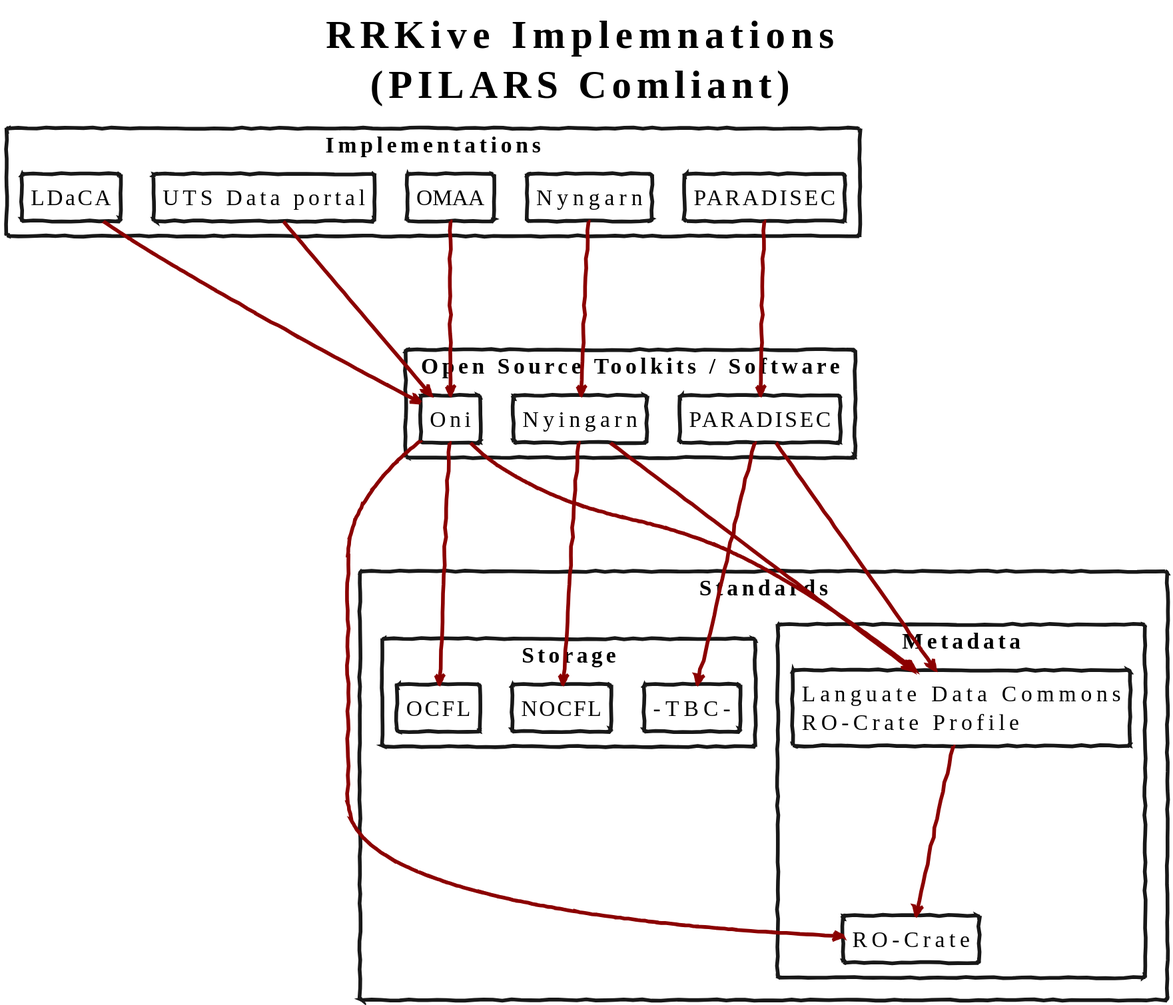
Language-Research-Technology/rrkive-website keeps this PlantUML diagram as content/images/rrkive-implementations.svg. Above is the earlier version.
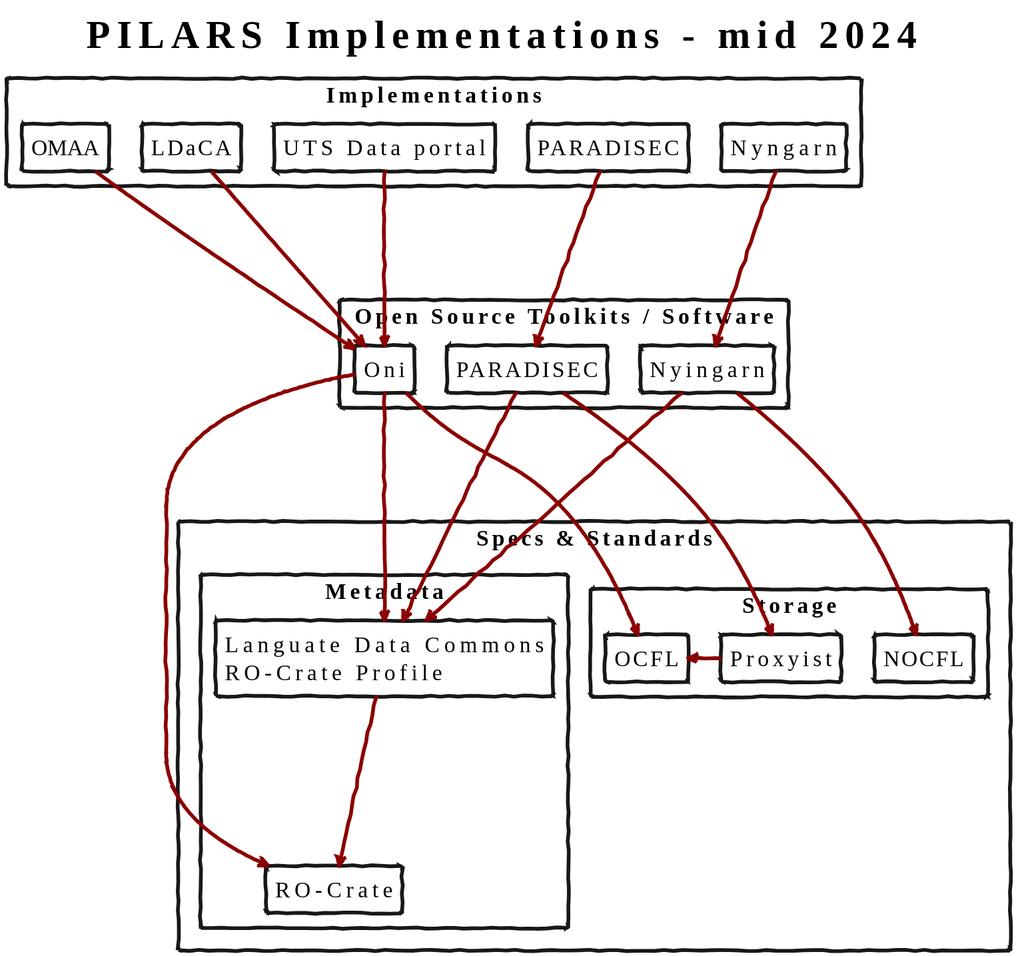
After the change.

Diff of the diagram source:
```diff
@@ -1,6 +1,6 @@
 @startuml
 !include_many ./data-management-style.txt
-title: RRKive Implemnations\n(PILARS Comliant)
+title: PILARS Implementations - mid 2024
 rectangle "Implementations" {
 rectangle "PARADISEC" as parai
 rectangle "Nyngarn" as nyi
@@ -17,7 +17,7 @@
 
 }
 
-rectangle "Standards" {
+rectangle "Specs & Standards" {
 rectangle "Metadata" {
 rectangle "Languate Data Commons\nRO-Crate Profile" as ldacp {
 
@@ -39,7 +39,7 @@
     rectangle "NOCFL" {
 
     }
-    rectangle "-TBC-" as pr {
+    rectangle "Proxyist" as pr {
 
     }
 }
@@ -47,6 +47,7 @@
 
 ny --down--> NOCFL
 para --down--> pr
+pr -> OCFL
 oni --down--> OCFL
 
 ny --down--> ldacp
```
